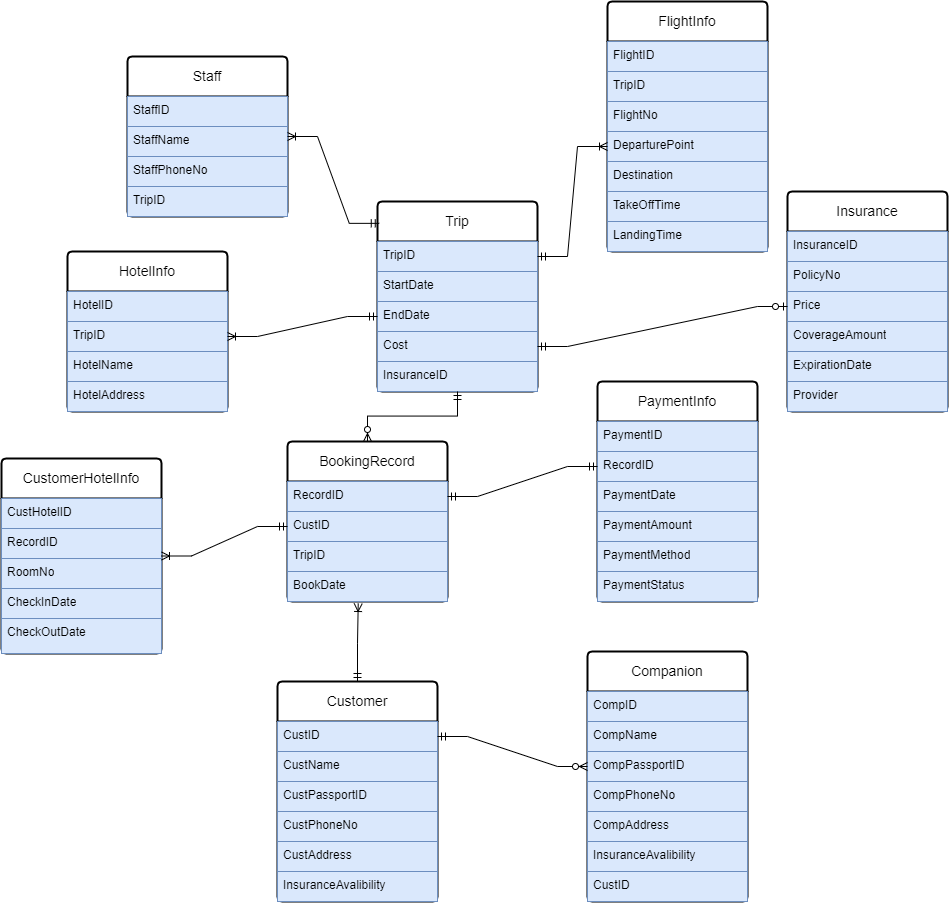
Before: Database/Assignment_1/Conceptual model.drawio.png, a diagram exported from draw.io (momoka129/2024-09). Source tidied: cells renumbered, new cells last; positions are measured from the earlier drawing's top-left corner, leaving out a move shared by most shapes.
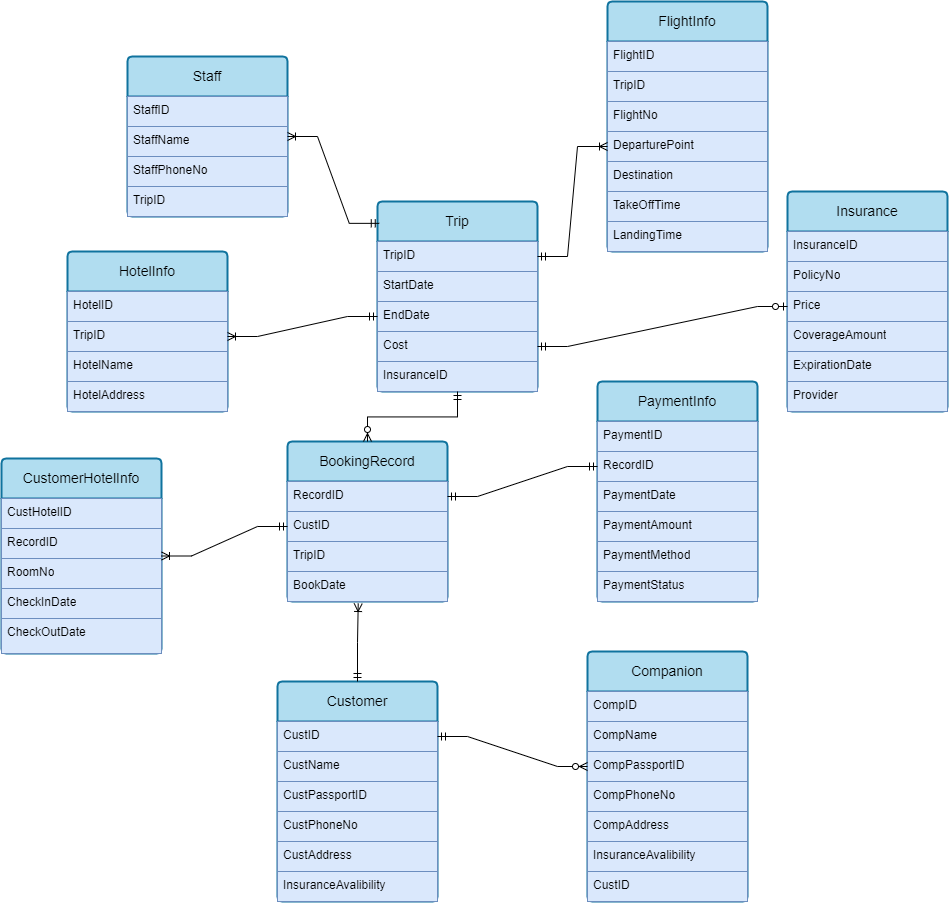
After the commit.

Diff of the diagram source:
```diff
@@ -2,7 +2,7 @@
   <root>
     <mxCell id="0" />
     <mxCell id="1" parent="0" />
-    <mxCell id="2" value="Customer" style="swimlane;horizontal=1;startSize=40;rounded=1;fontSize=14;fontStyle=0;strokeWidth=2;shadow=0;dashed=0;align=center;arcSize=4;whiteSpace=wrap;html=1;" parent="1" vertex="1">
+    <mxCell id="2" value="Customer" style="swimlane;horizontal=1;startSize=40;rounded=1;fontSize=14;fontStyle=0;strokeWidth=2;shadow=0;dashed=0;align=center;arcSize=4;whiteSpace=wrap;html=1;fillColor=#b1ddf0;strokeColor=#10739e;" parent="1" vertex="1">
       <mxGeometry x="276" y="680" width="160" height="220" as="geometry" />
     </mxCell>
     <mxCell id="3" value="CustID" style="text;strokeColor=#6c8ebf;fillColor=#dae8fc;spacingLeft=4;spacingRight=4;overflow=hidden;points=[[0,0.5],[1,0.5]];portConstraint=eastwest;fontSize=12;whiteSpace=wrap;html=1;" parent="2" vertex="1">
@@ -23,7 +23,7 @@
     <mxCell id="8" value="InsuranceAvalibility" style="text;strokeColor=#6c8ebf;fillColor=#dae8fc;spacingLeft=4;spacingRight=4;overflow=hidden;fontSize=12;whiteSpace=wrap;html=1;" parent="2" vertex="1">
       <mxGeometry y="190" width="160" height="30" as="geometry" />
     </mxCell>
-    <mxCell id="9" value="BookingRecord" style="swimlane;horizontal=1;startSize=40;rounded=1;fontSize=14;fontStyle=0;strokeWidth=2;shadow=0;dashed=0;align=center;arcSize=4;whiteSpace=wrap;html=1;" parent="1" vertex="1">
+    <mxCell id="9" value="BookingRecord" style="swimlane;horizontal=1;startSize=40;rounded=1;fontSize=14;fontStyle=0;strokeWidth=2;shadow=0;dashed=0;align=center;arcSize=4;whiteSpace=wrap;html=1;fillColor=#b1ddf0;strokeColor=#10739e;" parent="1" vertex="1">
       <mxGeometry x="286" y="440" width="160" height="160" as="geometry" />
     </mxCell>
     <mxCell id="10" value="RecordID" style="text;strokeColor=#6c8ebf;fillColor=#dae8fc;spacingLeft=4;spacingRight=4;overflow=hidden;points=[[0,0.5],[1,0.5]];portConstraint=eastwest;fontSize=12;whiteSpace=wrap;html=1;" parent="9" vertex="1">
@@ -38,7 +38,7 @@
     <mxCell id="13" value="BookDate" style="text;strokeColor=#6c8ebf;fillColor=#dae8fc;spacingLeft=4;spacingRight=4;overflow=hidden;points=[[0,0.5],[1,0.5]];portConstraint=eastwest;fontSize=12;whiteSpace=wrap;html=1;" parent="9" vertex="1">
       <mxGeometry y="130" width="160" height="30" as="geometry" />
     </mxCell>
-    <mxCell id="14" value="Trip" style="swimlane;horizontal=1;startSize=40;rounded=1;fontSize=14;fontStyle=0;strokeWidth=2;shadow=0;dashed=0;align=center;arcSize=4;whiteSpace=wrap;html=1;" parent="1" vertex="1">
+    <mxCell id="14" value="Trip" style="swimlane;horizontal=1;startSize=40;rounded=1;fontSize=14;fontStyle=0;strokeWidth=2;shadow=0;dashed=0;align=center;arcSize=4;whiteSpace=wrap;html=1;fillColor=#b1ddf0;strokeColor=#10739e;" parent="1" vertex="1">
       <mxGeometry x="376" y="200" width="160" height="190" as="geometry" />
     </mxCell>
     <mxCell id="15" value="TripID" style="text;strokeColor=#6c8ebf;fillColor=#dae8fc;spacingLeft=4;spacingRight=4;overflow=hidden;points=[[0,0.5],[1,0.5]];portConstraint=eastwest;fontSize=12;whiteSpace=wrap;html=1;" parent="14" vertex="1">
@@ -56,7 +56,7 @@
     <mxCell id="19" value="InsuranceID" style="text;strokeColor=#6c8ebf;fillColor=#dae8fc;spacingLeft=4;spacingRight=4;overflow=hidden;points=[[0,0.5],[1,0.5]];portConstraint=eastwest;fontSize=12;whiteSpace=wrap;html=1;" parent="14" vertex="1">
       <mxGeometry y="160" width="160" height="30" as="geometry" />
     </mxCell>
-    <mxCell id="20" value="Companion" style="swimlane;horizontal=1;startSize=40;rounded=1;fontSize=14;fontStyle=0;strokeWidth=2;shadow=0;dashed=0;align=center;arcSize=4;whiteSpace=wrap;html=1;" parent="1" vertex="1">
+    <mxCell id="20" value="Companion" style="swimlane;horizontal=1;startSize=40;rounded=1;fontSize=14;fontStyle=0;strokeWidth=2;shadow=0;dashed=0;align=center;arcSize=4;whiteSpace=wrap;html=1;fillColor=#b1ddf0;strokeColor=#10739e;" parent="1" vertex="1">
       <mxGeometry x="586" y="650" width="160" height="250" as="geometry" />
     </mxCell>
     <mxCell id="21" value="CompID" style="text;strokeColor=#6c8ebf;fillColor=#dae8fc;spacingLeft=4;spacingRight=4;overflow=hidden;fontSize=12;whiteSpace=wrap;html=1;" parent="20" vertex="1">
@@ -80,7 +80,7 @@
     <mxCell id="27" value="CustID" style="text;strokeColor=#6c8ebf;fillColor=#dae8fc;spacingLeft=4;spacingRight=4;overflow=hidden;fontSize=12;whiteSpace=wrap;html=1;" parent="20" vertex="1">
       <mxGeometry y="220" width="160" height="30" as="geometry" />
     </mxCell>
-    <mxCell id="28" value="PaymentInfo" style="swimlane;horizontal=1;startSize=40;rounded=1;fontSize=14;fontStyle=0;strokeWidth=2;shadow=0;dashed=0;align=center;arcSize=4;whiteSpace=wrap;html=1;" parent="1" vertex="1">
+    <mxCell id="28" value="PaymentInfo" style="swimlane;horizontal=1;startSize=40;rounded=1;fontSize=14;fontStyle=0;strokeWidth=2;shadow=0;dashed=0;align=center;arcSize=4;whiteSpace=wrap;html=1;fillColor=#b1ddf0;strokeColor=#10739e;" parent="1" vertex="1">
       <mxGeometry x="596" y="380" width="160" height="220" as="geometry" />
     </mxCell>
     <mxCell id="29" value="PaymentID" style="text;strokeColor=#6c8ebf;fillColor=#dae8fc;spacingLeft=4;spacingRight=4;overflow=hidden;fontSize=12;whiteSpace=wrap;html=1;" parent="28" vertex="1">
@@ -101,7 +101,7 @@
     <mxCell id="34" value="PaymentStatus" style="text;strokeColor=#6c8ebf;fillColor=#dae8fc;spacingLeft=4;spacingRight=4;overflow=hidden;fontSize=12;whiteSpace=wrap;html=1;" parent="28" vertex="1">
       <mxGeometry y="190" width="160" height="30" as="geometry" />
     </mxCell>
-    <mxCell id="35" value="CustomerHotelInfo" style="swimlane;horizontal=1;startSize=40;rounded=1;fontSize=14;fontStyle=0;strokeWidth=2;shadow=0;dashed=0;align=center;arcSize=4;whiteSpace=wrap;html=1;" parent="1" vertex="1">
+    <mxCell id="35" value="CustomerHotelInfo" style="swimlane;horizontal=1;startSize=40;rounded=1;fontSize=14;fontStyle=0;strokeWidth=2;shadow=0;dashed=0;align=center;arcSize=4;whiteSpace=wrap;html=1;fillColor=#b1ddf0;strokeColor=#10739e;" parent="1" vertex="1">
       <mxGeometry y="457" width="160" height="195" as="geometry" />
     </mxCell>
     <mxCell id="36" value="CustHotelID" style="text;strokeColor=#6c8ebf;fillColor=#dae8fc;spacingLeft=4;spacingRight=4;overflow=hidden;fontSize=12;whiteSpace=wrap;html=1;" parent="35" vertex="1">
@@ -119,7 +119,7 @@
     <mxCell id="40" value="CheckOutDate" style="text;strokeColor=#6c8ebf;fillColor=#dae8fc;spacingLeft=4;spacingRight=4;overflow=hidden;fontSize=12;whiteSpace=wrap;html=1;" parent="35" vertex="1">
       <mxGeometry y="160" width="160" height="35" as="geometry" />
     </mxCell>
-    <mxCell id="41" value="Staff" style="swimlane;horizontal=1;startSize=40;rounded=1;fontSize=14;fontStyle=0;strokeWidth=2;shadow=0;dashed=0;align=center;arcSize=4;whiteSpace=wrap;html=1;" parent="1" vertex="1">
+    <mxCell id="41" value="Staff" style="swimlane;horizontal=1;startSize=40;rounded=1;fontSize=14;fontStyle=0;strokeWidth=2;shadow=0;dashed=0;align=center;arcSize=4;whiteSpace=wrap;html=1;fillColor=#b1ddf0;strokeColor=#10739e;" parent="1" vertex="1">
       <mxGeometry x="126" y="55" width="160" height="160" as="geometry" />
     </mxCell>
     <mxCell id="42" value="StaffID" style="text;strokeColor=#6c8ebf;fillColor=#dae8fc;spacingLeft=4;spacingRight=4;overflow=hidden;fontSize=12;whiteSpace=wrap;html=1;" parent="41" vertex="1">
@@ -134,7 +134,7 @@
     <mxCell id="45" value="TripID" style="text;strokeColor=#6c8ebf;fillColor=#dae8fc;spacingLeft=4;spacingRight=4;overflow=hidden;fontSize=12;whiteSpace=wrap;html=1;" parent="41" vertex="1">
       <mxGeometry y="130" width="160" height="30" as="geometry" />
     </mxCell>
-    <mxCell id="46" value="FlightInfo" style="swimlane;horizontal=1;startSize=40;rounded=1;fontSize=14;fontStyle=0;strokeWidth=2;shadow=0;dashed=0;align=center;arcSize=4;whiteSpace=wrap;html=1;" parent="1" vertex="1">
+    <mxCell id="46" value="FlightInfo" style="swimlane;horizontal=1;startSize=40;rounded=1;fontSize=14;fontStyle=0;strokeWidth=2;shadow=0;dashed=0;align=center;arcSize=4;whiteSpace=wrap;html=1;fillColor=#b1ddf0;strokeColor=#10739e;" parent="1" vertex="1">
       <mxGeometry x="606" width="160" height="250" as="geometry" />
     </mxCell>
     <mxCell id="47" value="FlightID" style="text;strokeColor=#6c8ebf;fillColor=#dae8fc;spacingLeft=4;spacingRight=4;overflow=hidden;fontSize=12;whiteSpace=wrap;html=1;" parent="46" vertex="1">
@@ -158,7 +158,7 @@
     <mxCell id="53" value="LandingTime" style="text;strokeColor=#6c8ebf;fillColor=#dae8fc;spacingLeft=4;spacingRight=4;overflow=hidden;fontSize=12;whiteSpace=wrap;html=1;" parent="46" vertex="1">
       <mxGeometry y="220" width="160" height="30" as="geometry" />
     </mxCell>
-    <mxCell id="54" value="HotelInfo" style="swimlane;horizontal=1;startSize=40;rounded=1;fontSize=14;fontStyle=0;strokeWidth=2;shadow=0;dashed=0;align=center;arcSize=4;whiteSpace=wrap;html=1;" parent="1" vertex="1">
+    <mxCell id="54" value="HotelInfo" style="swimlane;horizontal=1;startSize=40;rounded=1;fontSize=14;fontStyle=0;strokeWidth=2;shadow=0;dashed=0;align=center;arcSize=4;whiteSpace=wrap;html=1;fillColor=#b1ddf0;strokeColor=#10739e;" parent="1" vertex="1">
       <mxGeometry x="66" y="250" width="160" height="160" as="geometry" />
     </mxCell>
     <mxCell id="55" value="HotelID" style="text;strokeColor=#6c8ebf;fillColor=#dae8fc;spacingLeft=4;spacingRight=4;overflow=hidden;fontSize=12;whiteSpace=wrap;html=1;" parent="54" vertex="1">
@@ -173,7 +173,7 @@
     <mxCell id="58" value="HotelAddress" style="text;strokeColor=#6c8ebf;fillColor=#dae8fc;spacingLeft=4;spacingRight=4;overflow=hidden;fontSize=12;whiteSpace=wrap;html=1;" parent="54" vertex="1">
       <mxGeometry y="130" width="160" height="30" as="geometry" />
     </mxCell>
-    <mxCell id="59" value="Insurance" style="swimlane;horizontal=1;startSize=40;rounded=1;fontSize=14;fontStyle=0;strokeWidth=2;shadow=0;dashed=0;align=center;arcSize=4;whiteSpace=wrap;html=1;" parent="1" vertex="1">
+    <mxCell id="59" value="Insurance" style="swimlane;horizontal=1;startSize=40;rounded=1;fontSize=14;fontStyle=0;strokeWidth=2;shadow=0;dashed=0;align=center;arcSize=4;whiteSpace=wrap;html=1;fillColor=#b1ddf0;strokeColor=#10739e;" parent="1" vertex="1">
       <mxGeometry x="786" y="190" width="160" height="220" as="geometry" />
     </mxCell>
     <mxCell id="60" value="InsuranceID" style="text;strokeColor=#6c8ebf;fillColor=#dae8fc;spacingLeft=4;spacingRight=4;overflow=hidden;fontSize=12;whiteSpace=wrap;html=1;" parent="59" vertex="1">
```
